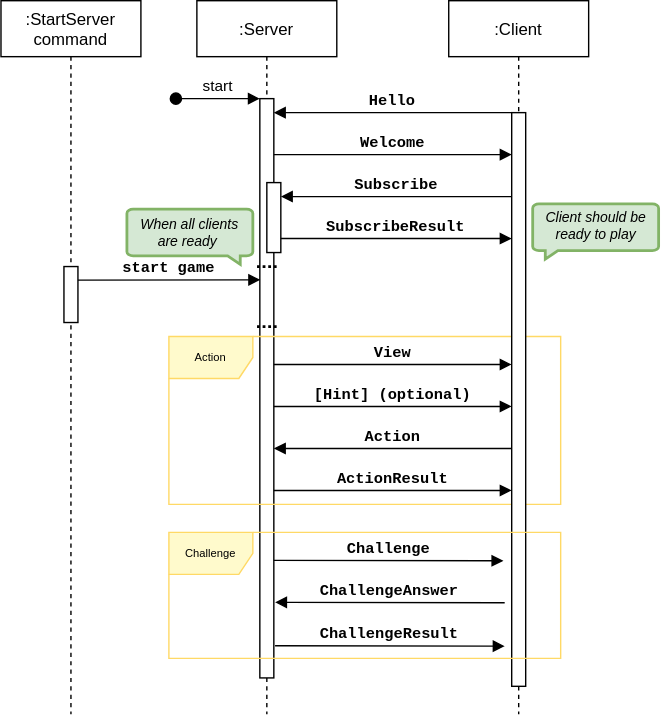
Earlier version of the draw.io export images/Sequence.drawio.svg (louisdrf/labygame). Source tidied: cells renumbered, new cells last; positions are measured from the earlier drawing's top-left corner, leaving out a move shared by most shapes.
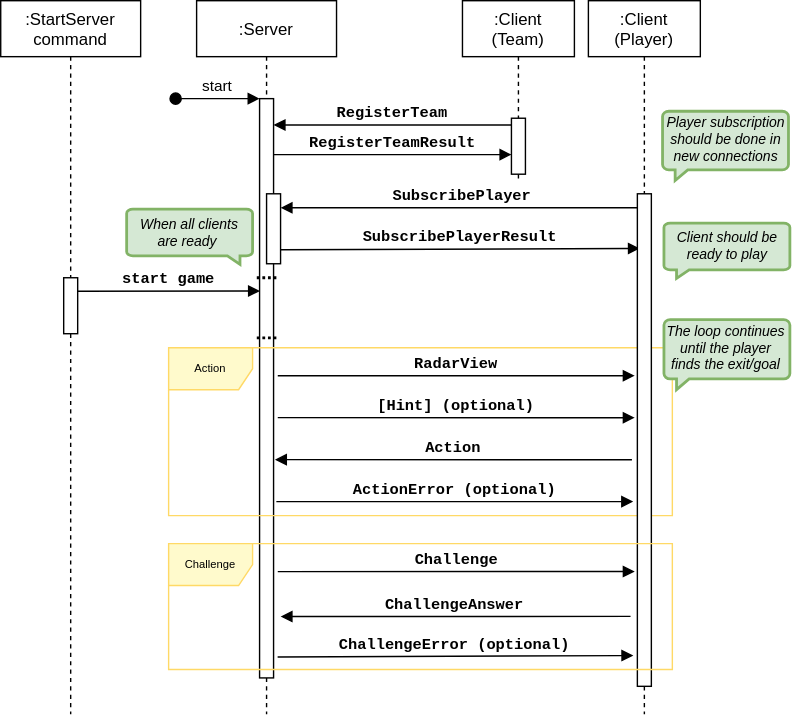
Later version of the same file.

Change to the diagram source:
```diff
@@ -2,7 +2,7 @@
   <root>
     <mxCell id="0" />
     <mxCell id="1" parent="0" />
-    <mxCell id="2" value=":Server" style="shape=umlLifeline;perimeter=lifelinePerimeter;rounded=0;shadow=0;strokeWidth=1;" parent="1" vertex="1">
+    <mxCell id="2" value=":Server" style="shape=umlLifeline;perimeter=lifelinePerimeter;rounded=0;shadow=0;strokeWidth=1;size=40;" parent="1" vertex="1">
       <mxGeometry x="140" width="100" height="510" as="geometry" />
     </mxCell>
     <mxCell id="3" style="points=[];perimeter=orthogonalPerimeter;rounded=0;shadow=0;strokeWidth=1;" parent="2" vertex="1">
@@ -13,7 +13,7 @@
         <mxPoint x="-15" y="70" as="sourcePoint" />
       </mxGeometry>
     </mxCell>
-    <mxCell id="5" value="Welcome" style="verticalAlign=bottom;endArrow=block;shadow=0;strokeWidth=1;exitX=0;exitY=0;exitDx=0;exitDy=0;fontStyle=1;fontFamily=Courier New;labelBackgroundColor=none;" parent="2" edge="1">
+    <mxCell id="5" value="RegisterTeamResult" style="verticalAlign=bottom;endArrow=block;shadow=0;strokeWidth=1;exitX=0;exitY=0;exitDx=0;exitDy=0;fontStyle=1;fontFamily=Courier New;labelBackgroundColor=none;" parent="2" edge="1">
       <mxGeometry relative="1" as="geometry">
         <mxPoint x="55" y="110" as="sourcePoint" />
         <mxPoint x="225" y="110" as="targetPoint" />
@@ -21,74 +21,73 @@
     </mxCell>
     <mxCell id="6" style="endArrow=none;dashed=1;html=1;dashPattern=1 1;strokeWidth=2;rounded=0;fontFamily=Courier New;shadow=0;targetPerimeterSpacing=0;" parent="2" edge="1">
       <mxGeometry relative="1" as="geometry">
-        <mxPoint x="43" y="190" as="sourcePoint" />
-        <mxPoint x="58" y="190" as="targetPoint" />
+        <mxPoint x="43" y="198" as="sourcePoint" />
+        <mxPoint x="58" y="198" as="targetPoint" />
       </mxGeometry>
     </mxCell>
     <mxCell id="7" style="html=1;verticalLabelPosition=bottom;align=center;labelBackgroundColor=#ffffff;verticalAlign=top;strokeWidth=2;strokeColor=#82b366;shadow=0;dashed=0;shape=mxgraph.ios7.icons.message;fontFamily=Helvetica;fontSize=8;fillColor=#d5e8d4;" parent="2" vertex="1">
       <mxGeometry x="-50" y="149" width="90" height="39.5" as="geometry" />
     </mxCell>
     <mxCell id="8" style="perimeter=orthogonalPerimeter;rounded=0;shadow=0;strokeWidth=1;" parent="2" vertex="1">
-      <mxGeometry x="50" y="130" width="10" height="50" as="geometry" />
+      <mxGeometry x="50" y="138" width="10" height="50" as="geometry" />
     </mxCell>
-    <mxCell id="9" value="Challenge" style="verticalAlign=bottom;endArrow=block;shadow=0;strokeWidth=1;exitX=0;exitY=0;exitDx=0;exitDy=0;fontStyle=1;fontFamily=Courier New;entryX=-0.09;entryY=0.206;entryDx=0;entryDy=0;entryPerimeter=0;labelBackgroundColor=none;" parent="2" edge="1">
+    <mxCell id="9" value="Challenge" style="verticalAlign=bottom;endArrow=block;shadow=0;strokeWidth=1;exitX=0;exitY=0;exitDx=0;exitDy=0;fontStyle=1;fontFamily=Courier New;entryX=0.917;entryY=0.222;entryDx=0;entryDy=0;entryPerimeter=0;labelBackgroundColor=none;" parent="2" edge="1">
       <mxGeometry relative="1" as="geometry">
-        <mxPoint x="55" y="400" as="sourcePoint" />
-        <mxPoint x="219.1" y="400.3" as="targetPoint" />
+        <mxPoint x="58" y="408" as="sourcePoint" />
+        <mxPoint x="313.1" y="408" as="targetPoint" />
       </mxGeometry>
     </mxCell>
-    <mxCell id="10" value="Action" style="shape=umlFrame;whiteSpace=wrap;html=1;labelBackgroundColor=none;fontFamily=Helvetica;fontSize=8;fontColor=default;strokeColor=#FFD966;fillColor=#FFFACC;gradientColor=none;" parent="2" vertex="1">
-      <mxGeometry x="-20" y="240" width="280" height="120" as="geometry" />
-    </mxCell>
-    <mxCell id="11" value="ActionResult" style="verticalAlign=bottom;endArrow=block;shadow=0;strokeWidth=1;exitX=0;exitY=0;exitDx=0;exitDy=0;fontStyle=1;fontFamily=Courier New;labelBackgroundColor=none;startArrow=none;startFill=0;endFill=1;" parent="2" edge="1">
+    <mxCell id="11" value="ActionError (optional)" style="verticalAlign=bottom;endArrow=block;shadow=0;strokeWidth=1;exitX=0;exitY=0;exitDx=0;exitDy=0;fontStyle=1;fontFamily=Courier New;labelBackgroundColor=none;startArrow=none;startFill=0;endFill=1;" parent="2" edge="1">
       <mxGeometry relative="1" as="geometry">
-        <mxPoint x="55" y="350" as="sourcePoint" />
-        <mxPoint x="225" y="350" as="targetPoint" />
+        <mxPoint x="57" y="358" as="sourcePoint" />
+        <mxPoint x="312" y="358" as="targetPoint" />
       </mxGeometry>
     </mxCell>
-    <mxCell id="12" value="[Hint] (optional)" style="verticalAlign=bottom;endArrow=block;shadow=0;strokeWidth=1;exitX=0;exitY=0;exitDx=0;exitDy=0;fontStyle=1;fontFamily=Courier New;labelBackgroundColor=none;" parent="2" edge="1">
+    <mxCell id="12" value="[Hint] (optional)" style="verticalAlign=bottom;endArrow=block;shadow=0;strokeWidth=1;exitX=0;exitY=0;exitDx=0;exitDy=0;fontStyle=1;fontFamily=Courier New;labelBackgroundColor=none;entryX=0.917;entryY=0.417;entryDx=0;entryDy=0;entryPerimeter=0;" parent="2" edge="1">
       <mxGeometry relative="1" as="geometry">
-        <mxPoint x="55" y="290" as="sourcePoint" />
-        <mxPoint x="225" y="290" as="targetPoint" />
+        <mxPoint x="58" y="298" as="sourcePoint" />
+        <mxPoint x="313.1" y="298" as="targetPoint" />
       </mxGeometry>
     </mxCell>
-    <mxCell id="13" value="Action" style="verticalAlign=bottom;endArrow=none;shadow=0;strokeWidth=1;exitX=0;exitY=0;exitDx=0;exitDy=0;fontStyle=1;fontFamily=Courier New;labelBackgroundColor=none;startArrow=block;startFill=1;endFill=0;" parent="2" edge="1">
+    <mxCell id="13" value="Action" style="verticalAlign=bottom;endArrow=none;shadow=0;strokeWidth=1;exitX=0;exitY=0;exitDx=0;exitDy=0;fontStyle=1;fontFamily=Courier New;labelBackgroundColor=none;startArrow=block;startFill=1;endFill=0;entryX=0.917;entryY=0.667;entryDx=0;entryDy=0;entryPerimeter=0;" parent="2" edge="1">
       <mxGeometry relative="1" as="geometry">
-        <mxPoint x="55" y="320" as="sourcePoint" />
-        <mxPoint x="225" y="320" as="targetPoint" />
+        <mxPoint x="56" y="328" as="sourcePoint" />
+        <mxPoint x="311.1" y="328" as="targetPoint" />
       </mxGeometry>
     </mxCell>
-    <mxCell id="14" value="View" style="verticalAlign=bottom;endArrow=block;shadow=0;strokeWidth=1;exitX=0;exitY=0;exitDx=0;exitDy=0;fontStyle=1;fontFamily=Courier New;labelBackgroundColor=none;" parent="2" edge="1">
+    <mxCell id="14" value="RadarView" style="verticalAlign=bottom;endArrow=block;shadow=0;strokeWidth=1;exitX=0;exitY=0;exitDx=0;exitDy=0;fontStyle=1;fontFamily=Courier New;labelBackgroundColor=none;entryX=0.917;entryY=0.167;entryDx=0;entryDy=0;entryPerimeter=0;" parent="2" edge="1">
       <mxGeometry relative="1" as="geometry">
-        <mxPoint x="55" y="260" as="sourcePoint" />
-        <mxPoint x="225" y="260" as="targetPoint" />
+        <mxPoint x="58" y="268" as="sourcePoint" />
+        <mxPoint x="313.1" y="268" as="targetPoint" />
       </mxGeometry>
     </mxCell>
+    <mxCell id="10" value="Action" style="shape=umlFrame;whiteSpace=wrap;html=1;labelBackgroundColor=none;fontFamily=Helvetica;fontSize=8;fontColor=default;strokeColor=#FFD966;fillColor=#FFFACC;gradientColor=none;" parent="2" vertex="1">
+      <mxGeometry x="-20" y="248" width="360" height="120" as="geometry" />
+    </mxCell>
-    <mxCell id="15" value=":Client" style="shape=umlLifeline;perimeter=lifelinePerimeter;rounded=0;shadow=0;strokeWidth=1;" parent="1" vertex="1">
-      <mxGeometry x="320" width="100" height="510" as="geometry" />
+    <mxCell id="15" value=":Client &#10;(Team)" style="shape=umlLifeline;perimeter=lifelinePerimeter;rounded=0;shadow=0;strokeWidth=1;" parent="1" vertex="1">
+      <mxGeometry x="330" width="80" height="130" as="geometry" />
     </mxCell>
-    <mxCell id="16" style="points=[];perimeter=orthogonalPerimeter;rounded=0;shadow=0;strokeWidth=1;" parent="15" vertex="1">
-      <mxGeometry x="45" y="80" width="10" height="410" as="geometry" />
-    </mxCell>
-    <mxCell id="17" value="ChallengeResult" style="verticalAlign=bottom;endArrow=none;shadow=0;strokeWidth=1;exitX=0;exitY=0;exitDx=0;exitDy=0;fontStyle=1;fontFamily=Courier New;entryX=-0.09;entryY=0.206;entryDx=0;entryDy=0;entryPerimeter=0;labelBackgroundColor=none;startArrow=block;startFill=1;endFill=0;" parent="15" edge="1">
+    <mxCell id="17" value="ChallengeError (optional)" style="verticalAlign=bottom;endArrow=none;shadow=0;strokeWidth=1;exitX=0.917;exitY=0.889;exitDx=0;exitDy=0;fontStyle=1;fontFamily=Courier New;entryX=-0.09;entryY=0.206;entryDx=0;entryDy=0;entryPerimeter=0;labelBackgroundColor=none;startArrow=block;startFill=1;endFill=0;exitPerimeter=0;" parent="15" edge="1">
       <mxGeometry relative="1" as="geometry">
-        <mxPoint x="40" y="461.3" as="sourcePoint" />
-        <mxPoint x="-124.1" y="461" as="targetPoint" />
+        <mxPoint x="122.1" y="468" as="sourcePoint" />
+        <mxPoint x="-132.1" y="469" as="targetPoint" />
       </mxGeometry>
     </mxCell>
+    <mxCell id="30" style="points=[];perimeter=orthogonalPerimeter;rounded=0;shadow=0;strokeWidth=1;" parent="15" vertex="1">
+      <mxGeometry x="35" y="84" width="10" height="40" as="geometry" />
+    </mxCell>
-    <mxCell id="18" value="Hello" style="verticalAlign=bottom;endArrow=block;shadow=0;strokeWidth=1;exitX=0;exitY=0;exitDx=0;exitDy=0;fontFamily=Courier New;fontStyle=1;labelBackgroundColor=none;" parent="1" edge="1" source="16" target="3">
+    <mxCell id="18" value="RegisterTeam" style="verticalAlign=bottom;endArrow=block;shadow=0;strokeWidth=1;exitX=0.02;exitY=0.12;exitDx=0;exitDy=0;fontFamily=Courier New;fontStyle=1;labelBackgroundColor=none;exitPerimeter=0;" parent="1" edge="1" source="30" target="3">
       <mxGeometry relative="1" as="geometry" />
     </mxCell>
-    <mxCell id="19" value="Subscribe" style="verticalAlign=bottom;endArrow=block;shadow=0;strokeWidth=1;exitX=0;exitY=0;exitDx=0;exitDy=0;fontStyle=1;fontFamily=Courier New;labelBackgroundColor=none;" parent="1" edge="1">
+    <mxCell id="19" value="SubscribePlayer" style="verticalAlign=bottom;endArrow=block;shadow=0;strokeWidth=1;fontStyle=1;fontFamily=Courier New;labelBackgroundColor=none;" parent="1" edge="1">
       <mxGeometry relative="1" as="geometry">
-        <mxPoint x="365" y="140" as="sourcePoint" />
-        <mxPoint x="200" y="140" as="targetPoint" />
+        <mxPoint x="459.5" y="148" as="sourcePoint" />
+        <mxPoint x="200" y="148" as="targetPoint" />
       </mxGeometry>
     </mxCell>
-    <mxCell id="20" value="SubscribeResult" style="verticalAlign=bottom;endArrow=block;shadow=0;strokeWidth=1;fontStyle=1;fontFamily=Courier New;labelBackgroundColor=none;" parent="1" edge="1">
+    <mxCell id="20" value="SubscribePlayerResult" style="verticalAlign=bottom;endArrow=block;shadow=0;strokeWidth=1;fontStyle=1;fontFamily=Courier New;labelBackgroundColor=none;entryX=0.18;entryY=0.111;entryDx=0;entryDy=0;entryPerimeter=0;" parent="1" edge="1" target="36">
       <mxGeometry relative="1" as="geometry">
-        <mxPoint x="200" y="170" as="sourcePoint" />
-        <mxPoint x="365" y="170" as="targetPoint" />
+        <mxPoint x="200" y="178" as="sourcePoint" />
       </mxGeometry>
     </mxCell>
     <mxCell id="21" value="&lt;font style=&quot;font-size: 10px;&quot;&gt;&lt;i&gt;When all clients are ready&amp;nbsp;&lt;/i&gt;&lt;/font&gt;" style="text;html=1;strokeColor=none;fillColor=none;align=center;verticalAlign=middle;whiteSpace=wrap;rounded=0;labelBackgroundColor=none;fontFamily=Helvetica;fontSize=8;fontColor=default;" parent="1" vertex="1">
@@ -98,34 +97,49 @@
       <mxGeometry width="100" height="510" as="geometry" />
     </mxCell>
     <mxCell id="23" style="perimeter=orthogonalPerimeter;rounded=0;shadow=0;strokeWidth=1;" parent="22" vertex="1">
-      <mxGeometry x="45" y="190" width="10" height="40" as="geometry" />
+      <mxGeometry x="45" y="198" width="10" height="40" as="geometry" />
     </mxCell>
     <mxCell id="24" value="start game" style="verticalAlign=bottom;endArrow=block;shadow=0;strokeWidth=1;exitX=0;exitY=0;exitDx=0;exitDy=0;fontStyle=1;fontFamily=Courier New;entryX=0.029;entryY=0.682;entryDx=0;entryDy=0;entryPerimeter=0;labelBackgroundColor=none;" parent="22" edge="1">
       <mxGeometry relative="1" as="geometry">
-        <mxPoint x="55" y="199.7" as="sourcePoint" />
-        <mxPoint x="185.3" y="199.5" as="targetPoint" />
+        <mxPoint x="55" y="207.7" as="sourcePoint" />
+        <mxPoint x="185.3" y="207.5" as="targetPoint" />
       </mxGeometry>
     </mxCell>
     <mxCell id="25" style="html=1;verticalLabelPosition=bottom;align=center;labelBackgroundColor=#ffffff;verticalAlign=top;strokeWidth=2;strokeColor=#82b366;shadow=0;dashed=0;shape=mxgraph.ios7.icons.message;fontFamily=Helvetica;fontSize=8;fillColor=#d5e8d4;direction=east;flipH=1;" parent="1" vertex="1">
-      <mxGeometry x="380" y="145.2" width="90" height="39.5" as="geometry" />
+      <mxGeometry x="474" y="159" width="90" height="39.5" as="geometry" />
     </mxCell>
     <mxCell id="26" value="&lt;font style=&quot;font-size: 10px;&quot;&gt;&lt;i&gt;Client should be ready to play&lt;/i&gt;&lt;/font&gt;" style="text;html=1;strokeColor=none;fillColor=none;align=center;verticalAlign=middle;whiteSpace=wrap;rounded=0;labelBackgroundColor=none;fontFamily=Helvetica;fontSize=8;fontColor=default;" parent="1" vertex="1">
-      <mxGeometry x="381" y="147.2" width="89" height="27.8" as="geometry" />
+      <mxGeometry x="475" y="161" width="89" height="27.8" as="geometry" />
     </mxCell>
     <mxCell id="27" style="endArrow=none;dashed=1;html=1;dashPattern=1 1;strokeWidth=2;rounded=0;fontFamily=Courier New;shadow=0;targetPerimeterSpacing=0;" parent="1" edge="1">
       <mxGeometry relative="1" as="geometry">
-        <mxPoint x="183" y="233" as="sourcePoint" />
-        <mxPoint x="198" y="233" as="targetPoint" />
+        <mxPoint x="183" y="241" as="sourcePoint" />
+        <mxPoint x="198" y="241" as="targetPoint" />
       </mxGeometry>
     </mxCell>
-    <mxCell id="28" value="ChallengeAnswer" style="verticalAlign=bottom;endArrow=block;shadow=0;strokeWidth=1;exitX=0;exitY=0;exitDx=0;exitDy=0;fontStyle=1;fontFamily=Courier New;entryX=-0.09;entryY=0.206;entryDx=0;entryDy=0;entryPerimeter=0;labelBackgroundColor=none;" parent="1" edge="1">
-      <mxGeometry relative="1" as="geometry">
-        <mxPoint x="360" y="430.3" as="sourcePoint" />
-        <mxPoint x="195.9" y="430" as="targetPoint" />
-      </mxGeometry>
+    <mxCell id="28" value="ChallengeAnswer" style="verticalAlign=bottom;endArrow=block;shadow=0;strokeWidth=1;exitX=0.917;exitY=0.578;exitDx=0;exitDy=0;fontStyle=1;fontFamily=Courier New;entryX=0.6;entryY=0.863;entryDx=0;entryDy=0;entryPerimeter=0;labelBackgroundColor=none;exitPerimeter=0;" parent="1" edge="1" source="29" target="2">
+      <mxGeometry relative="1" as="geometry" />
     </mxCell>
+    <mxCell id="31" style="html=1;verticalLabelPosition=bottom;align=center;labelBackgroundColor=#ffffff;verticalAlign=top;strokeWidth=2;strokeColor=#82b366;shadow=0;dashed=0;shape=mxgraph.ios7.icons.message;fontFamily=Helvetica;fontSize=8;fillColor=#d5e8d4;direction=east;flipH=1;" parent="1" vertex="1">
+      <mxGeometry x="473" y="79" width="90" height="49.5" as="geometry" />
+    </mxCell>
+    <mxCell id="32" value="&lt;span style=&quot;font-size: 10px;&quot;&gt;&lt;i&gt;Player subscription should be done in new connections&lt;/i&gt;&lt;/span&gt;" style="text;html=1;strokeColor=none;fillColor=none;align=center;verticalAlign=middle;whiteSpace=wrap;rounded=0;labelBackgroundColor=none;fontFamily=Helvetica;fontSize=8;fontColor=default;" parent="1" vertex="1">
+      <mxGeometry x="474" y="99" width="89" as="geometry" />
+    </mxCell>
+    <mxCell id="33" style="html=1;verticalLabelPosition=bottom;align=center;labelBackgroundColor=#ffffff;verticalAlign=top;strokeWidth=2;strokeColor=#82b366;shadow=0;dashed=0;shape=mxgraph.ios7.icons.message;fontFamily=Helvetica;fontSize=8;fillColor=#d5e8d4;direction=east;flipH=1;" parent="1" vertex="1">
+      <mxGeometry x="474" y="228" width="90" height="50" as="geometry" />
+    </mxCell>
+    <mxCell id="34" value="&lt;font style=&quot;font-size: 10px;&quot;&gt;&lt;i&gt;The loop continues until the player finds the exit/goal&lt;/i&gt;&lt;/font&gt;" style="text;html=1;strokeColor=none;fillColor=none;align=center;verticalAlign=middle;whiteSpace=wrap;rounded=0;labelBackgroundColor=none;fontFamily=Helvetica;fontSize=8;fontColor=default;" parent="1" vertex="1">
+      <mxGeometry x="474" y="248" width="89" height="0.2" as="geometry" />
+    </mxCell>
+    <mxCell id="35" value=":Client&#10;(Player)" style="shape=umlLifeline;perimeter=lifelinePerimeter;rounded=0;shadow=0;strokeWidth=1;" parent="1" vertex="1">
+      <mxGeometry x="420" width="80" height="510" as="geometry" />
+    </mxCell>
+    <mxCell id="36" style="points=[];perimeter=orthogonalPerimeter;rounded=0;shadow=0;strokeWidth=1;" parent="35" vertex="1">
+      <mxGeometry x="35" y="138" width="10" height="352" as="geometry" />
+    </mxCell>
     <mxCell id="29" value="Challenge" style="shape=umlFrame;whiteSpace=wrap;html=1;labelBackgroundColor=none;fontFamily=Helvetica;fontSize=8;fontColor=default;strokeColor=#FFD966;fillColor=#FFFACC;gradientColor=none;" parent="1" vertex="1">
-      <mxGeometry x="120" y="380" width="280" height="90" as="geometry" />
+      <mxGeometry x="120" y="388" width="360" height="90" as="geometry" />
     </mxCell>
   </root>
 </mxGraphModel>
```
